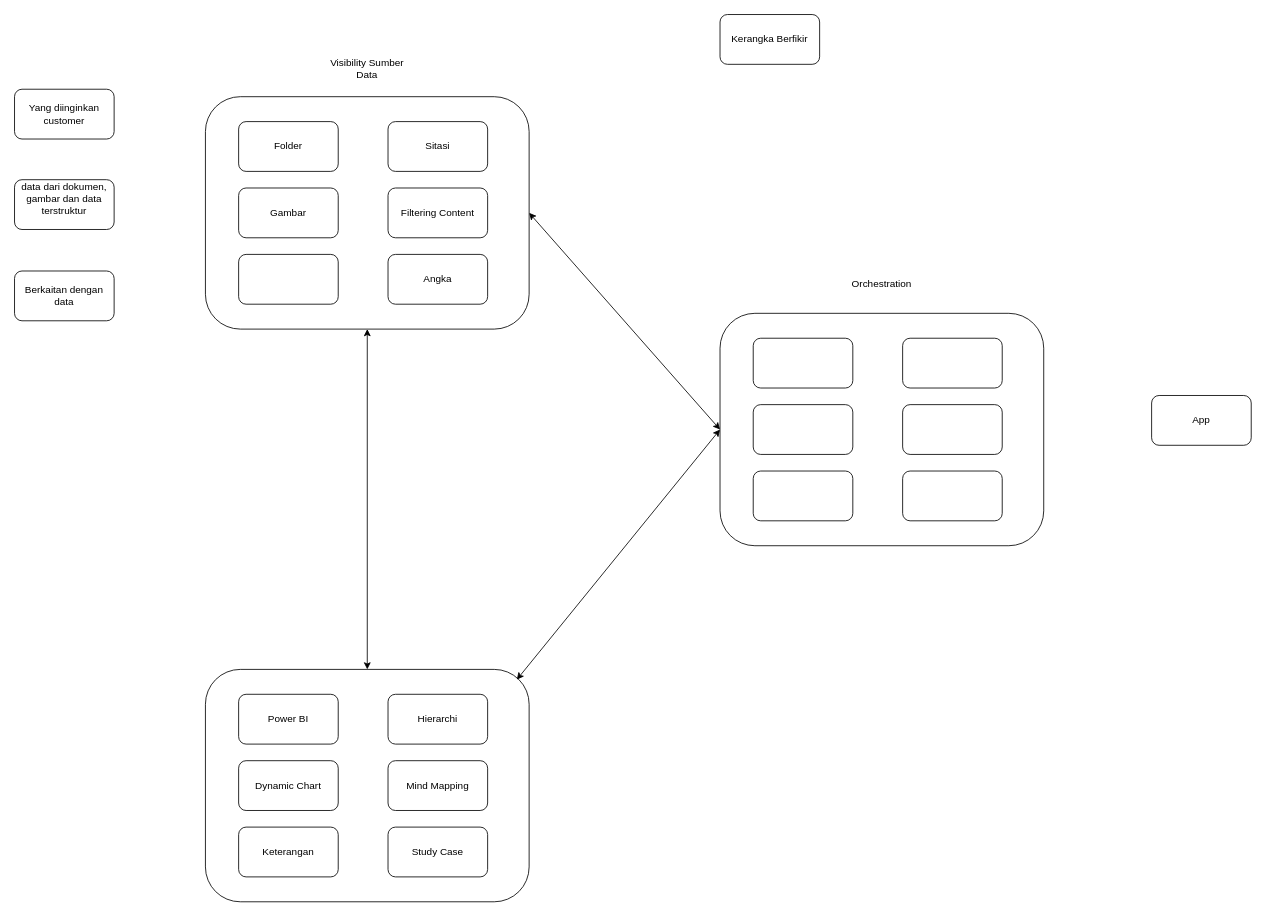
Before: page "Step 1" (5 of 16) of ISV Diagram.drawio in MiftahRizky/miftahr, a draw.io diagram. Source tidied: cells renumbered, new cells numbered last; positions are measured from the earlier drawing's top-left corner, leaving out a move shared by most shapes. Both pictures are drawn from the tidied source at 83%, with x=0, y=0 at pixel (14, 14).
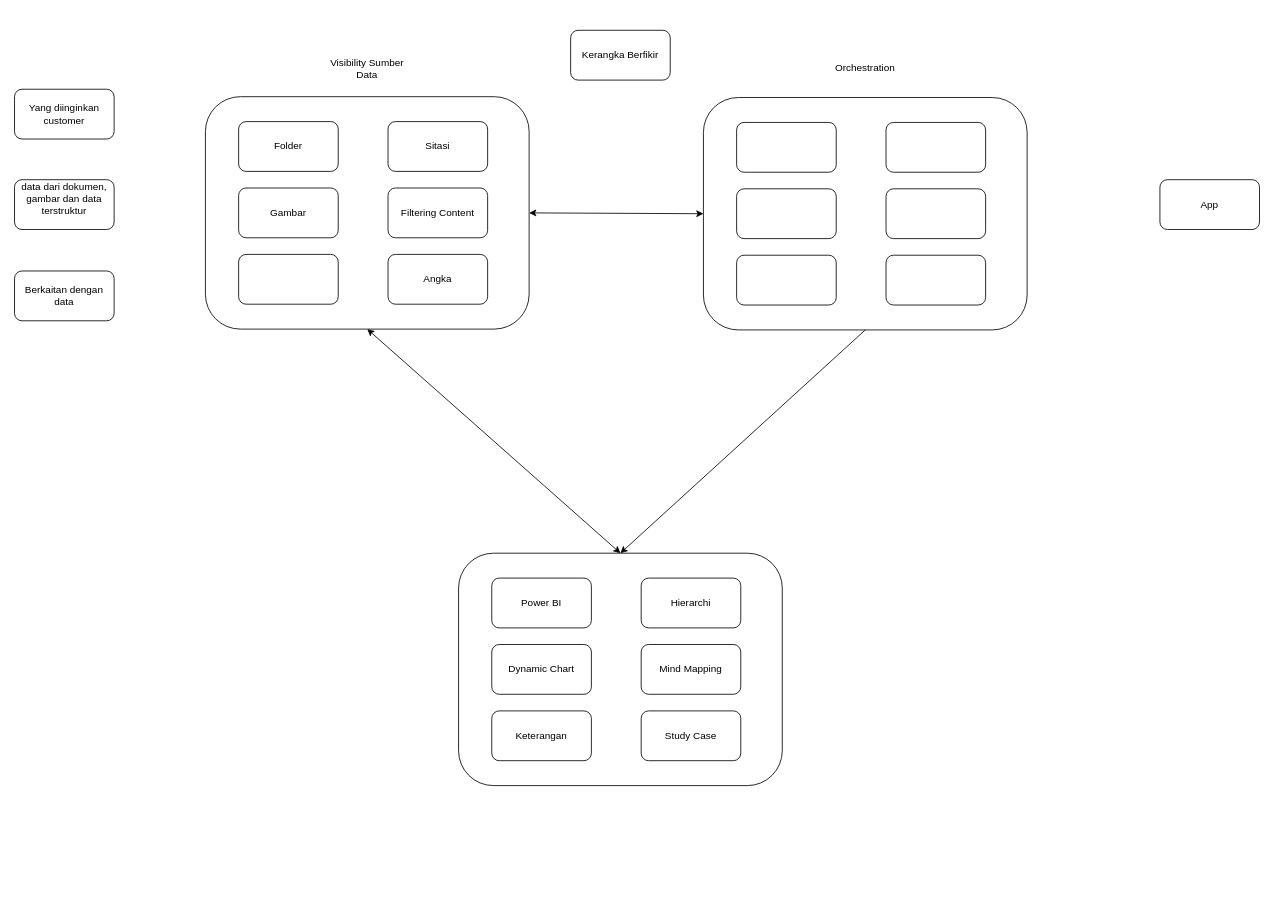
Above is the later version.

The change refers to these unchanged cells:
```xml
<mxCell id="3" style="rounded=1;whiteSpace=wrap;html=1;" parent="1" vertex="1">
  <mxGeometry x="230" y="99" width="390" height="280" as="geometry" />
</mxCell>
```

The edit, as a diff of the source:
```diff
@@
     <mxCell id="2" style="rounded=1;whiteSpace=wrap;html=1;" parent="1" vertex="1">
-      <mxGeometry x="230" y="789" width="390" height="280" as="geometry" />
+      <mxGeometry x="535" y="649" width="390" height="280" as="geometry" />
     </mxCell>
@@
     <mxCell id="4" value="Kerangka Berfikir" style="rounded=1;whiteSpace=wrap;html=1;" parent="1" vertex="1">
-      <mxGeometry x="850" width="120" height="60" as="geometry" />
+      <mxGeometry x="670" y="19" width="120" height="60" as="geometry" />
     </mxCell>
@@
     <mxCell id="14" value="Dynamic Chart" style="rounded=1;whiteSpace=wrap;html=1;" parent="1" vertex="1">
-      <mxGeometry x="270" y="899" width="120" height="60" as="geometry" />
+      <mxGeometry x="575" y="759" width="120" height="60" as="geometry" />
     </mxCell>
     <mxCell id="15" value="Mind Mapping" style="rounded=1;whiteSpace=wrap;html=1;" parent="1" vertex="1">
-      <mxGeometry x="450" y="899" width="120" height="60" as="geometry" />
+      <mxGeometry x="755" y="759" width="120" height="60" as="geometry" />
     </mxCell>
     <mxCell id="16" value="Keterangan" style="rounded=1;whiteSpace=wrap;html=1;" parent="1" vertex="1">
-      <mxGeometry x="270" y="979" width="120" height="60" as="geometry" />
+      <mxGeometry x="575" y="839" width="120" height="60" as="geometry" />
     </mxCell>
     <mxCell id="17" value="Power BI" style="rounded=1;whiteSpace=wrap;html=1;" parent="1" vertex="1">
-      <mxGeometry x="270" y="819" width="120" height="60" as="geometry" />
+      <mxGeometry x="575" y="679" width="120" height="60" as="geometry" />
     </mxCell>
     <mxCell id="18" value="Hierarchi" style="rounded=1;whiteSpace=wrap;html=1;" parent="1" vertex="1">
-      <mxGeometry x="450" y="819" width="120" height="60" as="geometry" />
+      <mxGeometry x="755" y="679" width="120" height="60" as="geometry" />
     </mxCell>
     <mxCell id="19" value="Study Case" style="rounded=1;whiteSpace=wrap;html=1;" parent="1" vertex="1">
-      <mxGeometry x="450" y="979" width="120" height="60" as="geometry" />
+      <mxGeometry x="755" y="839" width="120" height="60" as="geometry" />
     </mxCell>
@@
     <mxCell id="21" style="rounded=1;whiteSpace=wrap;html=1;" parent="1" vertex="1">
-      <mxGeometry x="850" y="360" width="390" height="280" as="geometry" />
+      <mxGeometry x="830" y="100" width="390" height="280" as="geometry" />
     </mxCell>
     <mxCell id="22" style="rounded=1;whiteSpace=wrap;html=1;" parent="1" vertex="1">
-      <mxGeometry x="890" y="470" width="120" height="60" as="geometry" />
+      <mxGeometry x="870" y="210" width="120" height="60" as="geometry" />
     </mxCell>
     <mxCell id="23" style="rounded=1;whiteSpace=wrap;html=1;" parent="1" vertex="1">
-      <mxGeometry x="1070" y="470" width="120" height="60" as="geometry" />
+      <mxGeometry x="1050" y="210" width="120" height="60" as="geometry" />
     </mxCell>
     <mxCell id="24" style="rounded=1;whiteSpace=wrap;html=1;" parent="1" vertex="1">
-      <mxGeometry x="890" y="550" width="120" height="60" as="geometry" />
+      <mxGeometry x="870" y="290" width="120" height="60" as="geometry" />
     </mxCell>
     <mxCell id="25" style="rounded=1;whiteSpace=wrap;html=1;" parent="1" vertex="1">
-      <mxGeometry x="890" y="390" width="120" height="60" as="geometry" />
+      <mxGeometry x="870" y="130" width="120" height="60" as="geometry" />
     </mxCell>
     <mxCell id="26" style="rounded=1;whiteSpace=wrap;html=1;" parent="1" vertex="1">
-      <mxGeometry x="1070" y="390" width="120" height="60" as="geometry" />
+      <mxGeometry x="1050" y="130" width="120" height="60" as="geometry" />
     </mxCell>
     <mxCell id="27" style="rounded=1;whiteSpace=wrap;html=1;" parent="1" vertex="1">
-      <mxGeometry x="1070" y="550" width="120" height="60" as="geometry" />
+      <mxGeometry x="1050" y="290" width="120" height="60" as="geometry" />
     </mxCell>
     <mxCell id="28" value="Orchestration" style="text;html=1;align=center;verticalAlign=middle;whiteSpace=wrap;rounded=0;" parent="1" vertex="1">
-      <mxGeometry x="965" y="299" width="160" height="51" as="geometry" />
+      <mxGeometry x="945" y="39" width="160" height="51" as="geometry" />
     </mxCell>
-    <mxCell id="29" style="endArrow=classic;startArrow=classic;html=1;rounded=0;exitX=0.5;exitY=0;exitDx=0;exitDy=0;entryX=0.5;entryY=1;entryDx=0;entryDy=0;" parent="1" edge="1" source="2">
-      <mxGeometry relative="1" as="geometry">
-        <mxPoint x="425" y="379" as="targetPoint" />
-      </mxGeometry>
-    </mxCell>
     <mxCell id="30" value="App" style="rounded=1;whiteSpace=wrap;html=1;" parent="1" vertex="1">
-      <mxGeometry x="1370" y="459" width="120" height="60" as="geometry" />
+      <mxGeometry x="1380" y="199" width="120" height="60" as="geometry" />
     </mxCell>
-    <mxCell id="31" style="endArrow=classic;startArrow=classic;html=1;rounded=0;exitX=0;exitY=0.5;exitDx=0;exitDy=0;entryX=1;entryY=0.5;entryDx=0;entryDy=0;" parent="1" edge="1" source="21" target="3">
+    <mxCell id="31" style="endArrow=classic;startArrow=classic;html=1;rounded=0;exitX=0.5;exitY=0;exitDx=0;exitDy=0;entryX=0.5;entryY=1;entryDx=0;entryDy=0;" parent="1" edge="1" source="2" target="3">
       <mxGeometry relative="1" as="geometry" />
     </mxCell>
-    <mxCell id="32" style="endArrow=classic;startArrow=classic;html=1;rounded=0;exitX=0.962;exitY=0.044;exitDx=0;exitDy=0;entryX=0;entryY=0.5;entryDx=0;entryDy=0;exitPerimeter=0;" parent="1" edge="1" source="2" target="21">
-      <mxGeometry relative="1" as="geometry" />
-    </mxCell>
+    <mxCell id="33" style="endArrow=classic;startArrow=classic;html=1;rounded=0;exitX=1;exitY=0.5;exitDx=0;exitDy=0;entryX=0;entryY=0.5;entryDx=0;entryDy=0;" parent="1" edge="1" source="3" target="21">
+      <mxGeometry relative="1" as="geometry" />
+    </mxCell>
+    <mxCell id="34" style="endArrow=classic;html=1;rounded=0;entryX=0.5;entryY=0;entryDx=0;entryDy=0;exitX=0.5;exitY=1;exitDx=0;exitDy=0;" parent="1" edge="1" source="21" target="2">
+      <mxGeometry relative="1" as="geometry" />
+    </mxCell>
```
